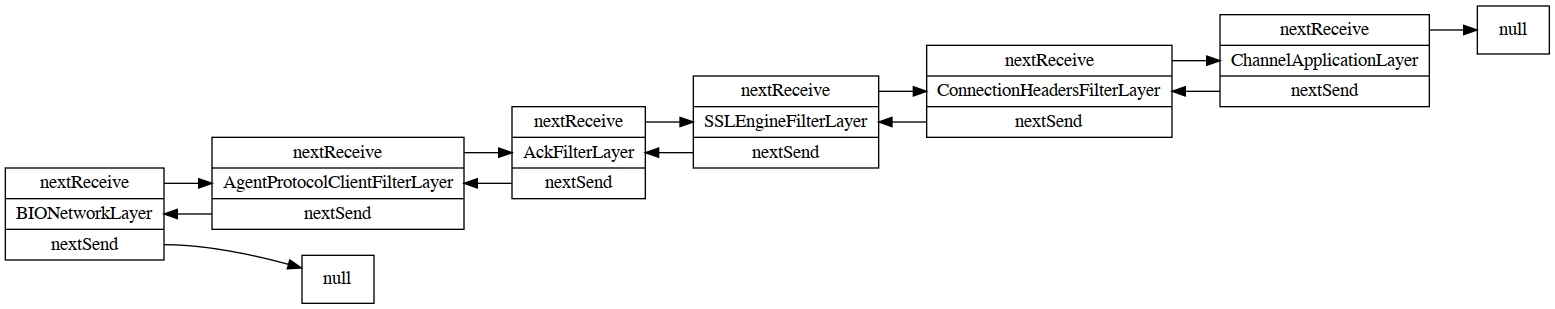
The Graphviz diagram docs/protocol-stack.png in jenkinsci/remoting, before a commit. Its source is kept beside it as docs/protocol-stack.dot. The source it was exported from:
```dot
digraph g {
	rankdir=LR;
	node [shape=record];
	null1 [label="null"];
	network [label="<f0> nextReceive|<f1> BIONetworkLayer|<f2> nextSend"];
	filter1 [label="<f0> nextReceive|<f1> AgentProtocolClientFilterLayer|<f2> nextSend"];
	filter2 [label="<f0> nextReceive|<f1> AckFilterLayer|<f2> nextSend"];
	filter3 [label="<f0> nextReceive|<f1> SSLEngineFilterLayer|<f2> nextSend"];
	filter4 [label="<f0> nextReceive|<f1> ConnectionHeadersFilterLayer|<f2> nextSend"];
	application [label="<f0> nextReceive|<f1> ChannelApplicationLayer|<f2> nextSend"];
	null2 [label="null"];
	network:f2 -> null1;
	network:f0 -> filter1:f1;
	filter1:f0 -> filter2:f1;
	filter1:f2 -> network:f1;
	filter2:f0 -> filter3:f1;
	filter2:f2 -> filter1:f1;
	filter3:f0 -> filter4:f1;
	filter3:f2 -> filter2:f1;
	filter4:f0 -> application:f1;
	filter4:f2 -> filter3:f1;
	application:f0 -> null2;
	application:f2 -> filter4:f1;
}
```
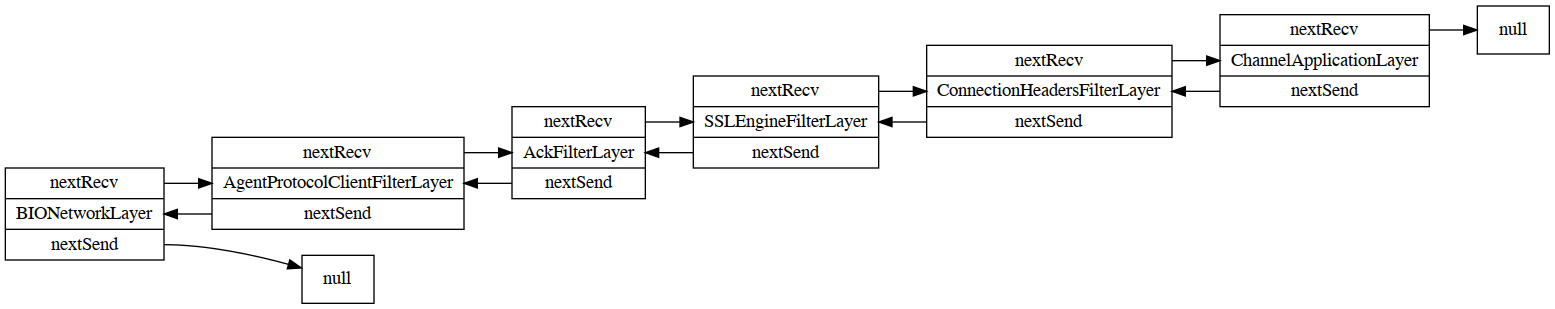
The same file after the commit.

What changed in the source:
```diff
@@ -2,12 +2,12 @@
 	rankdir=LR;
 	node [shape=record];
 	null1 [label="null"];
-	network [label="<f0> nextReceive|<f1> BIONetworkLayer|<f2> nextSend"];
-	filter1 [label="<f0> nextReceive|<f1> AgentProtocolClientFilterLayer|<f2> nextSend"];
-	filter2 [label="<f0> nextReceive|<f1> AckFilterLayer|<f2> nextSend"];
-	filter3 [label="<f0> nextReceive|<f1> SSLEngineFilterLayer|<f2> nextSend"];
-	filter4 [label="<f0> nextReceive|<f1> ConnectionHeadersFilterLayer|<f2> nextSend"];
-	application [label="<f0> nextReceive|<f1> ChannelApplicationLayer|<f2> nextSend"];
+	network [label="<f0> nextRecv|<f1> BIONetworkLayer|<f2> nextSend"];
+	filter1 [label="<f0> nextRecv|<f1> AgentProtocolClientFilterLayer|<f2> nextSend"];
+	filter2 [label="<f0> nextRecv|<f1> AckFilterLayer|<f2> nextSend"];
+	filter3 [label="<f0> nextRecv|<f1> SSLEngineFilterLayer|<f2> nextSend"];
+	filter4 [label="<f0> nextRecv|<f1> ConnectionHeadersFilterLayer|<f2> nextSend"];
+	application [label="<f0> nextRecv|<f1> ChannelApplicationLayer|<f2> nextSend"];
 	null2 [label="null"];
 	network:f2 -> null1;
 	network:f0 -> filter1:f1;
```
